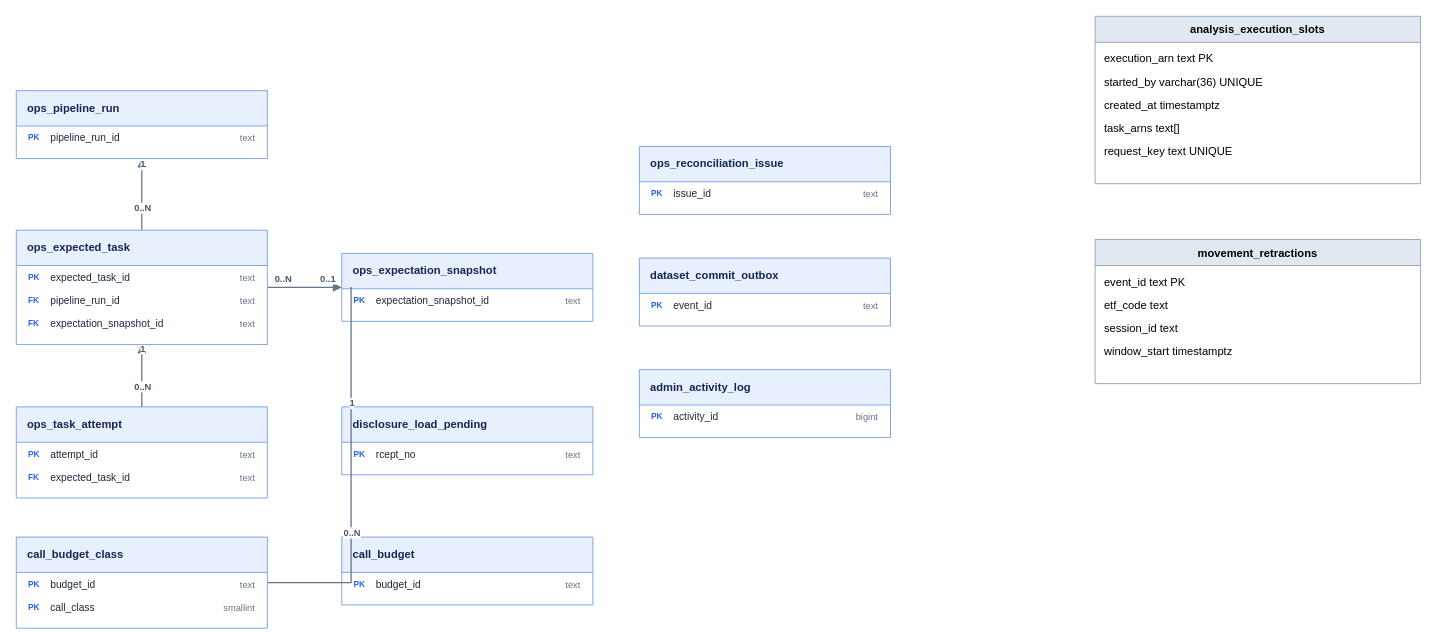
This is docs/data-model/domains/operations/erd.drawio from alphaeveryday/edge, a draw.io file, before an edit. Source tidied: cells renumbered, new cells numbered last; positions are measured from the earlier drawing's top-left corner, leaving out a move shared by most shapes. Both pictures are drawn from the tidied source at 93%, with x=0, y=0 at pixel (16, 16).
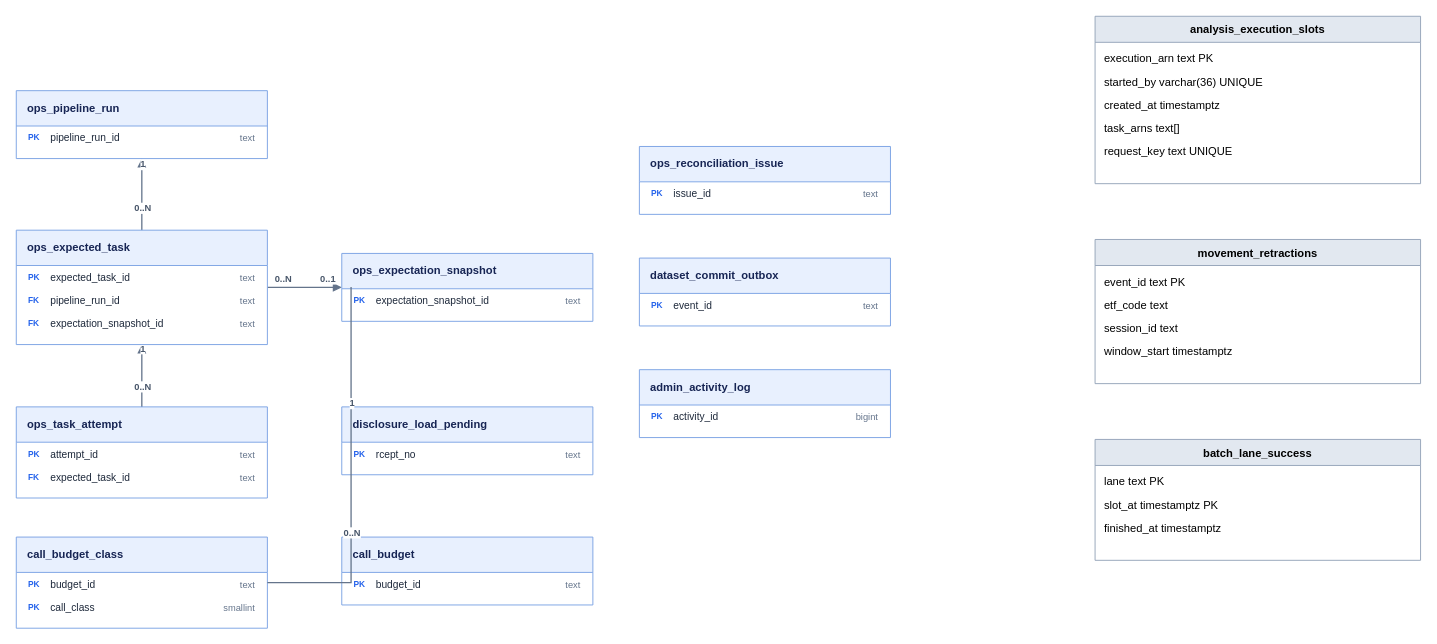
The same diagram, later.

Change to the diagram source:
```diff
@@
+    <mxCell id="49" value="batch_lane_success" style="swimlane;html=0;startSize=28;fillColor=#e2e8f0;strokeColor=#94a3b8;" parent="1" vertex="1">
+      <mxGeometry x="1160" y="455" width="350" height="130" as="geometry" />
+    </mxCell>
+    <mxCell id="50" value="lane text PK" style="text;html=0;align=left;spacingLeft=8;" parent="49" vertex="1">
+      <mxGeometry y="32" width="350" height="25" as="geometry" />
+    </mxCell>
+    <mxCell id="51" value="slot_at timestamptz PK" style="text;html=0;align=left;spacingLeft=8;" parent="49" vertex="1">
+      <mxGeometry y="57" width="350" height="25" as="geometry" />
+    </mxCell>
+    <mxCell id="52" value="finished_at timestamptz" style="text;html=0;align=left;spacingLeft=8;" parent="49" vertex="1">
+      <mxGeometry y="82" width="350" height="25" as="geometry" />
+    </mxCell>
```
